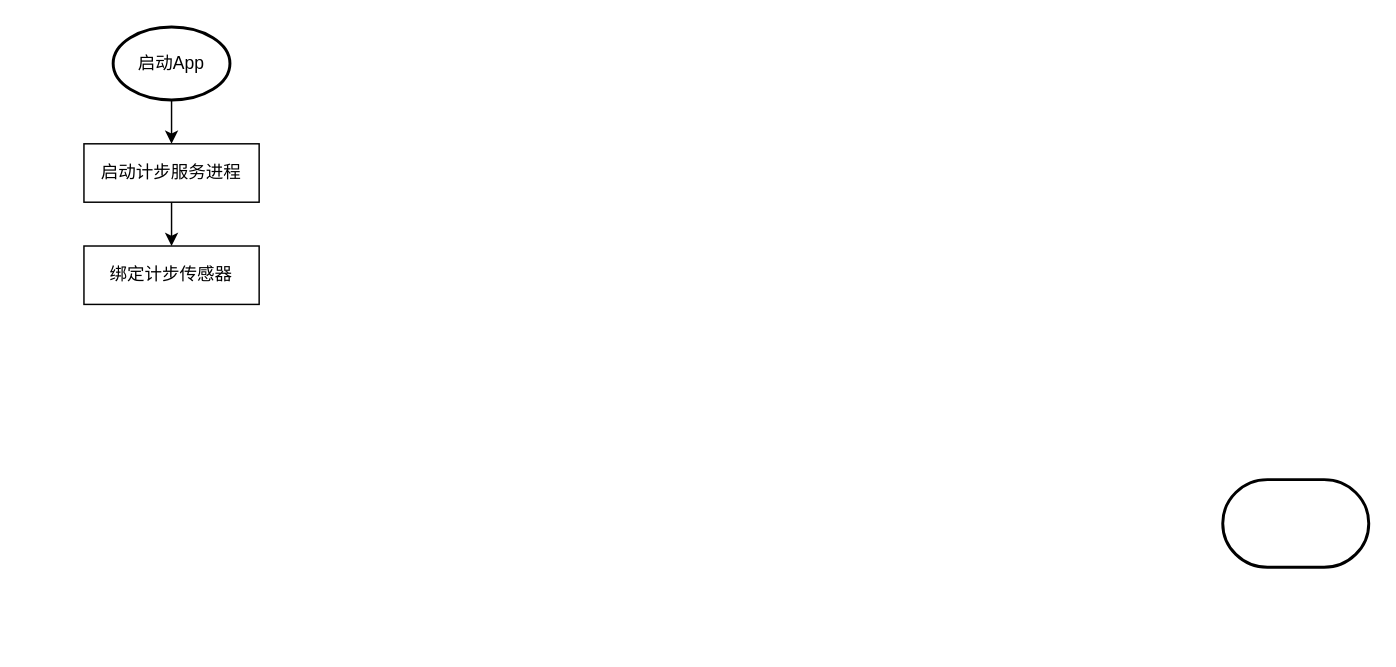
The draw.io diagram Untitled Diagram.drawio in sharksheep/draw, before the edit. Source tidied: cells renumbered, new cells numbered last; positions are measured from the earlier drawing's top-left corner, leaving out a move shared by most shapes. Both pictures are drawn from the tidied source at 146%, with x=0, y=0 at pixel (83, 26).
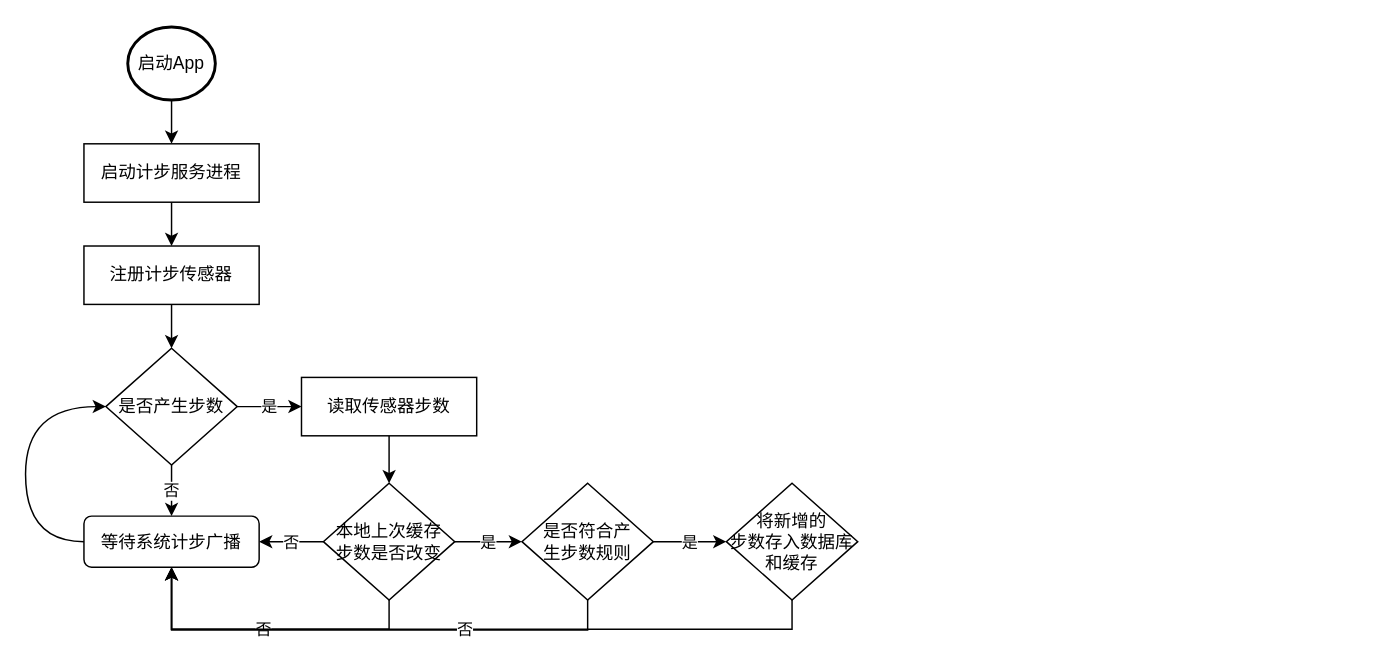
The same diagram, later.

The edit, as a diff of the source:
```diff
@@
-    <mxCell id="2" style="strokeWidth=2;html=1;shape=mxgraph.flowchart.terminator;whiteSpace=wrap;" parent="1" vertex="1">
-      <mxGeometry x="780" y="310" width="100" height="60" as="geometry" />
-    </mxCell>
@@
     <mxCell id="4" value="启动App" style="strokeWidth=2;html=1;shape=mxgraph.flowchart.start_1;whiteSpace=wrap;" parent="1" vertex="1">
-      <mxGeometry x="20" width="80" height="50" as="geometry" />
+      <mxGeometry x="30" width="60" height="50" as="geometry" />
     </mxCell>
@@
+    <mxCell id="8" style="edgeStyle=orthogonalEdgeStyle;rounded=0;jettySize=auto;html=1;exitX=0.5;exitY=1;exitDx=0;exitDy=0;entryX=0.5;entryY=0;entryDx=0;entryDy=0;" parent="1" edge="1" source="7" target="11">
+      <mxGeometry relative="1" as="geometry" />
+    </mxCell>
-    <mxCell id="7" value="绑定计步传感器" style="rounded=0;whiteSpace=wrap;html=1;" parent="1" vertex="1">
+    <mxCell id="7" value="注册计步传感器" style="rounded=0;whiteSpace=wrap;html=1;" parent="1" vertex="1">
       <mxGeometry y="150" width="120" height="40" as="geometry" />
     </mxCell>
+    <mxCell id="9" value="是" style="edgeStyle=orthogonalEdgeStyle;rounded=0;jettySize=auto;html=1;exitX=1;exitY=0.5;exitDx=0;exitDy=0;entryX=0;entryY=0.5;entryDx=0;entryDy=0;" parent="1" edge="1" source="11" target="13">
+      <mxGeometry relative="1" as="geometry" />
+    </mxCell>
+    <mxCell id="10" value="否" style="edgeStyle=orthogonalEdgeStyle;rounded=0;jettySize=auto;html=1;exitX=0.5;exitY=1;exitDx=0;exitDy=0;entryX=0.5;entryY=0;entryDx=0;entryDy=0;" parent="1" edge="1" source="11" target="24">
+      <mxGeometry relative="1" as="geometry" />
+    </mxCell>
+    <mxCell id="11" value="是否产生步数" style="rhombus;whiteSpace=wrap;html=1;" parent="1" vertex="1">
+      <mxGeometry x="15" y="220" width="90" height="80" as="geometry" />
+    </mxCell>
+    <mxCell id="12" style="edgeStyle=orthogonalEdgeStyle;rounded=0;jettySize=auto;html=1;exitX=0.5;exitY=1;exitDx=0;exitDy=0;entryX=0.5;entryY=0;entryDx=0;entryDy=0;" parent="1" edge="1" source="13" target="17">
+      <mxGeometry relative="1" as="geometry" />
+    </mxCell>
+    <mxCell id="13" value="读取传感器步数" style="rounded=0;whiteSpace=wrap;html=1;" parent="1" vertex="1">
+      <mxGeometry x="149" y="240" width="120" height="40" as="geometry" />
+    </mxCell>
+    <mxCell id="14" value="否" style="rounded=0;jettySize=auto;html=1;exitX=0;exitY=0.5;exitDx=0;exitDy=0;entryX=1;entryY=0.5;entryDx=0;entryDy=0;" parent="1" edge="1" source="17" target="24">
+      <mxGeometry relative="1" as="geometry" />
+    </mxCell>
+    <mxCell id="15" value="是" style="edgeStyle=orthogonalEdgeStyle;rounded=0;jettySize=auto;html=1;exitX=1;exitY=0.5;exitDx=0;exitDy=0;" parent="1" edge="1" source="17" target="20">
+      <mxGeometry relative="1" as="geometry" />
+    </mxCell>
+    <mxCell id="16" value="否" style="edgeStyle=orthogonalEdgeStyle;rounded=0;jettySize=auto;html=1;exitX=0.5;exitY=1;exitDx=0;exitDy=0;entryX=0.5;entryY=1;entryDx=0;entryDy=0;" parent="1" edge="1" source="17" target="24">
+      <mxGeometry relative="1" as="geometry" />
+    </mxCell>
+    <mxCell id="17" value="本地上次缓存&lt;br&gt;步数是否改变" style="rhombus;whiteSpace=wrap;html=1;" parent="1" vertex="1">
+      <mxGeometry x="164" y="312.5" width="90" height="80" as="geometry" />
+    </mxCell>
+    <mxCell id="18" value="是" style="edgeStyle=orthogonalEdgeStyle;rounded=0;jettySize=auto;html=1;exitX=1;exitY=0.5;exitDx=0;exitDy=0;entryX=0;entryY=0.5;entryDx=0;entryDy=0;" parent="1" edge="1" source="20" target="22">
+      <mxGeometry relative="1" as="geometry" />
+    </mxCell>
+    <mxCell id="19" style="edgeStyle=orthogonalEdgeStyle;rounded=0;jettySize=auto;html=1;exitX=0.5;exitY=1;exitDx=0;exitDy=0;entryX=0.5;entryY=1;entryDx=0;entryDy=0;" parent="1" edge="1" source="20" target="24">
+      <mxGeometry relative="1" as="geometry">
+        <Array as="points">
+          <mxPoint x="345" y="413" />
+          <mxPoint x="60" y="413" />
+        </Array>
+      </mxGeometry>
+    </mxCell>
+    <mxCell id="20" value="是否符合产&lt;br&gt;生步数规则" style="rhombus;whiteSpace=wrap;html=1;" parent="1" vertex="1">
+      <mxGeometry x="300" y="312.5" width="90" height="80" as="geometry" />
+    </mxCell>
+    <mxCell id="21" value="否" style="edgeStyle=orthogonalEdgeStyle;rounded=0;jettySize=auto;html=1;exitX=0.5;exitY=1;exitDx=0;exitDy=0;entryX=0.5;entryY=1;entryDx=0;entryDy=0;" parent="1" edge="1" source="22" target="24">
+      <mxGeometry relative="1" as="geometry" />
+    </mxCell>
+    <mxCell id="22" value="将新增的&lt;br&gt;步数存入数据库和缓存" style="rhombus;whiteSpace=wrap;html=1;" parent="1" vertex="1">
+      <mxGeometry x="440" y="312.5" width="90" height="80" as="geometry" />
+    </mxCell>
+    <mxCell id="23" style="edgeStyle=orthogonalEdgeStyle;curved=1;rounded=0;jettySize=auto;html=1;exitX=0;exitY=0.5;exitDx=0;exitDy=0;entryX=0;entryY=0.5;entryDx=0;entryDy=0;" parent="1" edge="1" source="24" target="11">
+      <mxGeometry relative="1" as="geometry">
+        <Array as="points">
+          <mxPoint x="-40" y="353" />
+          <mxPoint x="-40" y="260" />
+        </Array>
+      </mxGeometry>
+    </mxCell>
+    <mxCell id="24" value="等待系统计步广播" style="rounded=1;whiteSpace=wrap;html=1;" parent="1" vertex="1">
+      <mxGeometry y="335" width="120" height="35" as="geometry" />
+    </mxCell>
```
